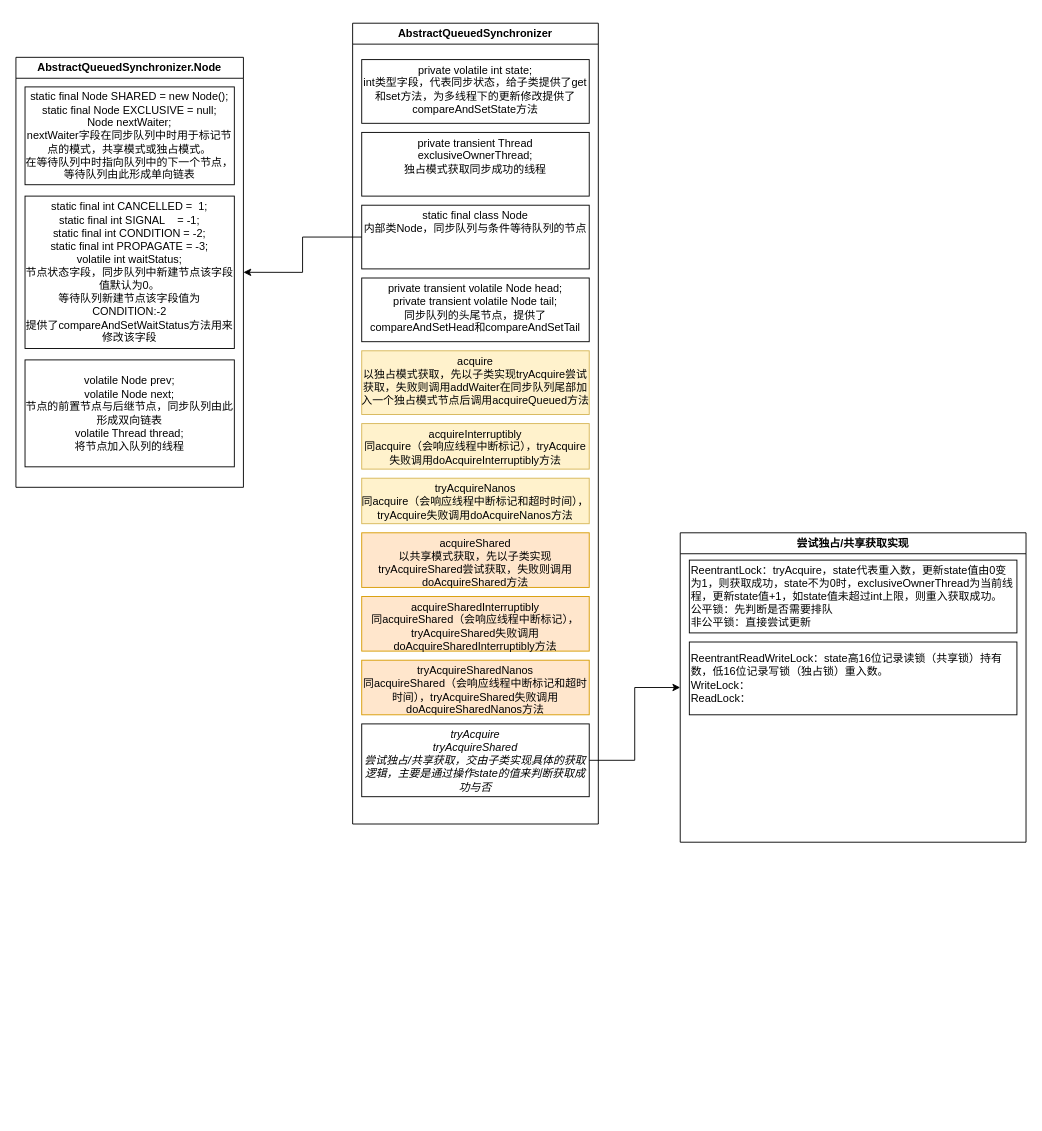
a7956232/drawIOFiles keeps this draw.io diagram as AbstractQueuedSynchronizer.drawio. Above is the earlier version. Source tidied: cells renumbered, new cells numbered last; positions are measured from the earlier drawing's top-left corner, leaving out a move shared by most shapes. Both pictures are drawn from the tidied source at 91%, with x=0, y=0 at pixel (15, 23).
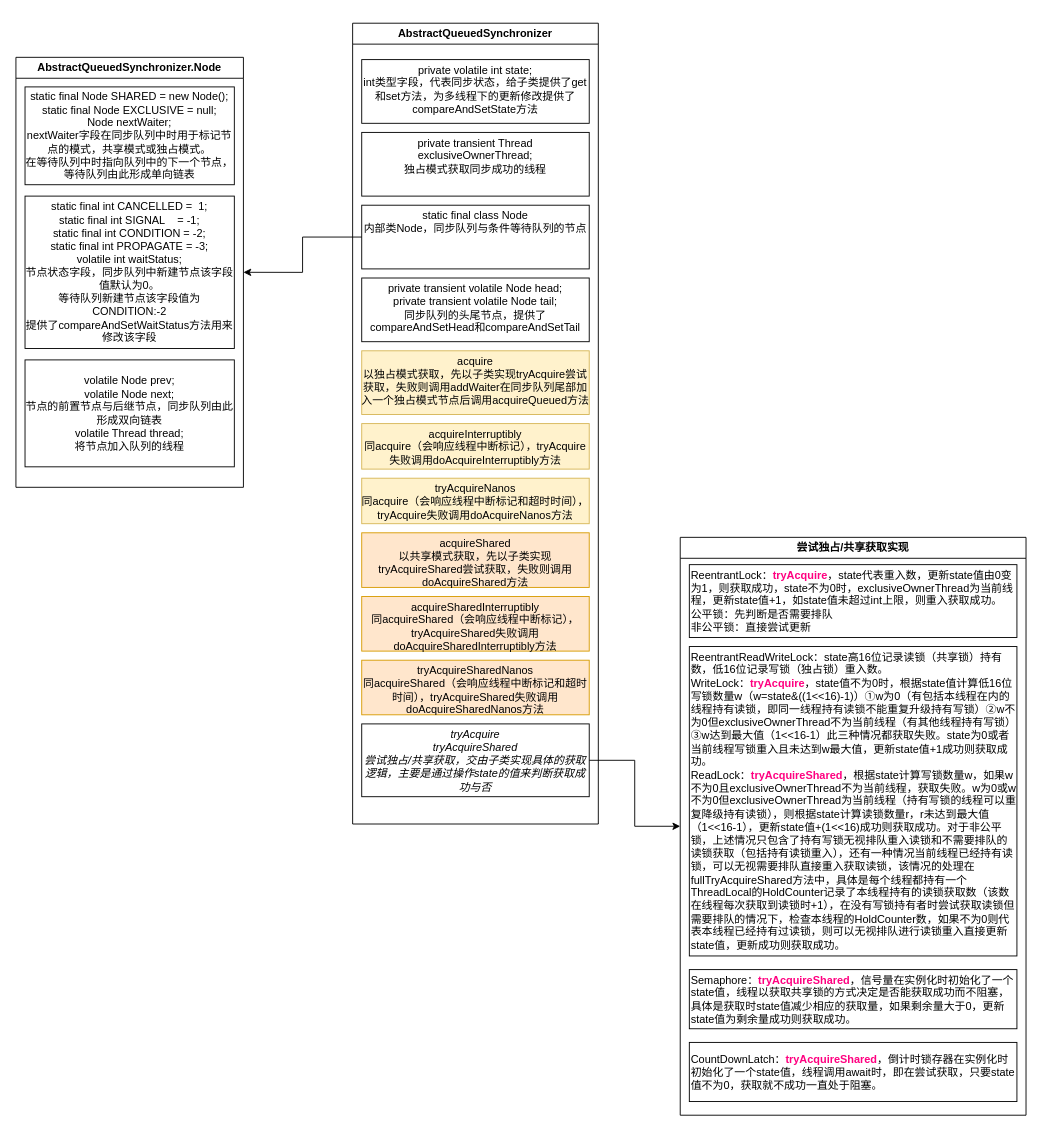
The same diagram, later.

What changed in the source:
```diff
@@
     <mxCell id="20" value="尝试独占/共享获取实现" style="swimlane;whiteSpace=wrap;html=1;rounded=0;labelBackgroundColor=none;strokeColor=default;fontFamily=Helvetica;fontSize=12;fontColor=#000000;fillColor=default;" parent="1" vertex="1">
-      <mxGeometry x="730" y="560" width="380" height="340" as="geometry" />
+      <mxGeometry x="730" y="565" width="380" height="635" as="geometry" />
     </mxCell>
-    <mxCell id="21" value="ReentrantLock：tryAcquire，state代表重入数，更新state值由0变为1，则获取成功，state不为0时，exclusiveOwnerThread为当前线程，更新state值+1，如state值未超过int上限，则重入获取成功。&lt;br&gt;公平锁：先判断是否需要排队&lt;br&gt;非公平锁：直接尝试更新" style="rounded=0;whiteSpace=wrap;html=1;labelBackgroundColor=none;strokeColor=default;fontFamily=Helvetica;fontSize=12;fontColor=#000000;fillColor=default;align=left;" parent="20" vertex="1">
+    <mxCell id="21" value="ReentrantLock：&lt;b&gt;&lt;font color=&quot;#ff0080&quot;&gt;tryAcquire&lt;/font&gt;&lt;/b&gt;，state代表重入数，更新state值由0变为1，则获取成功，state不为0时，exclusiveOwnerThread为当前线程，更新state值+1，如state值未超过int上限，则重入获取成功。&lt;br&gt;公平锁：先判断是否需要排队&lt;br&gt;非公平锁：直接尝试更新" style="rounded=0;whiteSpace=wrap;html=1;labelBackgroundColor=none;strokeColor=default;fontFamily=Helvetica;fontSize=12;fontColor=#000000;fillColor=default;align=left;" parent="20" vertex="1">
       <mxGeometry x="10" y="30" width="360" height="80" as="geometry" />
     </mxCell>
-    <mxCell id="22" value="ReentrantReadWriteLock：state高16位记录读锁（共享锁）持有数，低16位记录写锁（独占锁）重入数。&lt;br&gt;WriteLock：&lt;br&gt;ReadLock：" style="rounded=0;whiteSpace=wrap;html=1;labelBackgroundColor=none;strokeColor=default;fontFamily=Helvetica;fontSize=12;fontColor=#000000;fillColor=default;align=left;" parent="20" vertex="1">
-      <mxGeometry x="10" y="120" width="360" height="80" as="geometry" />
+    <mxCell id="22" value="ReentrantReadWriteLock：state高16位记录读锁（共享锁）持有数，低16位记录写锁（独占锁）重入数。&lt;br&gt;WriteLock：&lt;b&gt;&lt;font color=&quot;#ff0080&quot;&gt;tryAcquire&lt;/font&gt;&lt;/b&gt;，state值不为0时，根据state值计算低16位写锁数量w（w=state&amp;amp;((1&amp;lt;&amp;lt;16)-1)）①w为0（有包括本线程在内的线程持有读锁，即同一线程持有读锁不能重复升级持有写锁）②w不为0但exclusiveOwnerThread不为当前线程（有其他线程持有写锁）③w达到最大值（1&amp;lt;&amp;lt;16-1）此三种情况都获取失败。state为0或者当前线程写锁重入且未达到w最大值，更新state值+1成功则获取成功。&lt;br&gt;ReadLock：&lt;b&gt;&lt;font color=&quot;#ff0080&quot;&gt;tryAcquireShared&lt;/font&gt;&lt;/b&gt;，根据state计算写锁数量w，如果w不为0且exclusiveOwnerThread不为当前线程，获取失败。w为0或w不为0但exclusiveOwnerThread为当前线程（持有写锁的线程可以重复降级持有读锁），则根据state计算读锁数量r，r未达到最大值（1&amp;lt;&amp;lt;16-1），更新state值+(1&amp;lt;&amp;lt;16)成功则获取成功。对于非公平锁，上述情况只包含了持有写锁无视排队重入读锁和不需要排队的读锁获取（包括持有读锁重入），还有一种情况当前线程已经持有读锁，可以无视需要排队直接重入获取读锁，该情况的处理在fullTryAcquireShared方法中，具体是每个线程都持有一个ThreadLocal的HoldCounter记录了本线程持有的读锁获取数（该数在线程每次获取到读锁时+1），在没有写锁持有者时尝试获取读锁但需要排队的情况下，检查本线程的HoldCounter数，如果不为0则代表本线程已经持有过读锁，则可以无视排队进行读锁重入直接更新state值，更新成功则获取成功。" style="rounded=0;whiteSpace=wrap;html=1;labelBackgroundColor=none;strokeColor=default;fontFamily=Helvetica;fontSize=12;fontColor=#000000;fillColor=default;align=left;" parent="20" vertex="1">
+      <mxGeometry x="10" y="120" width="360" height="340" as="geometry" />
     </mxCell>
+    <mxCell id="23" value="Semaphore：&lt;b&gt;&lt;font color=&quot;#ff0080&quot;&gt;tryAcquireShared&lt;/font&gt;&lt;/b&gt;，信号量在实例化时初始化了一个state值，线程以获取共享锁的方式决定是否能获取成功而不阻塞，具体是获取时state值减少相应的获取量，如果剩余量大于0，更新state值为剩余量成功则获取成功。" style="rounded=0;whiteSpace=wrap;html=1;labelBackgroundColor=none;strokeColor=default;fontFamily=Helvetica;fontSize=12;fontColor=#000000;fillColor=default;align=left;" parent="20" vertex="1">
+      <mxGeometry x="10" y="475" width="360" height="65" as="geometry" />
+    </mxCell>
+    <mxCell id="24" value="CountDownLatch：&lt;b&gt;&lt;font color=&quot;#ff0080&quot;&gt;tryAcquireShared&lt;/font&gt;&lt;/b&gt;，倒计时锁存器在实例化时初始化了一个state值，线程调用await时，即在尝试获取，只要state值不为0，获取就不成功一直处于阻塞。" style="rounded=0;whiteSpace=wrap;html=1;labelBackgroundColor=none;strokeColor=default;fontFamily=Helvetica;fontSize=12;fontColor=#000000;fillColor=default;align=left;" parent="20" vertex="1">
+      <mxGeometry x="10" y="555" width="360" height="65" as="geometry" />
+    </mxCell>
```
